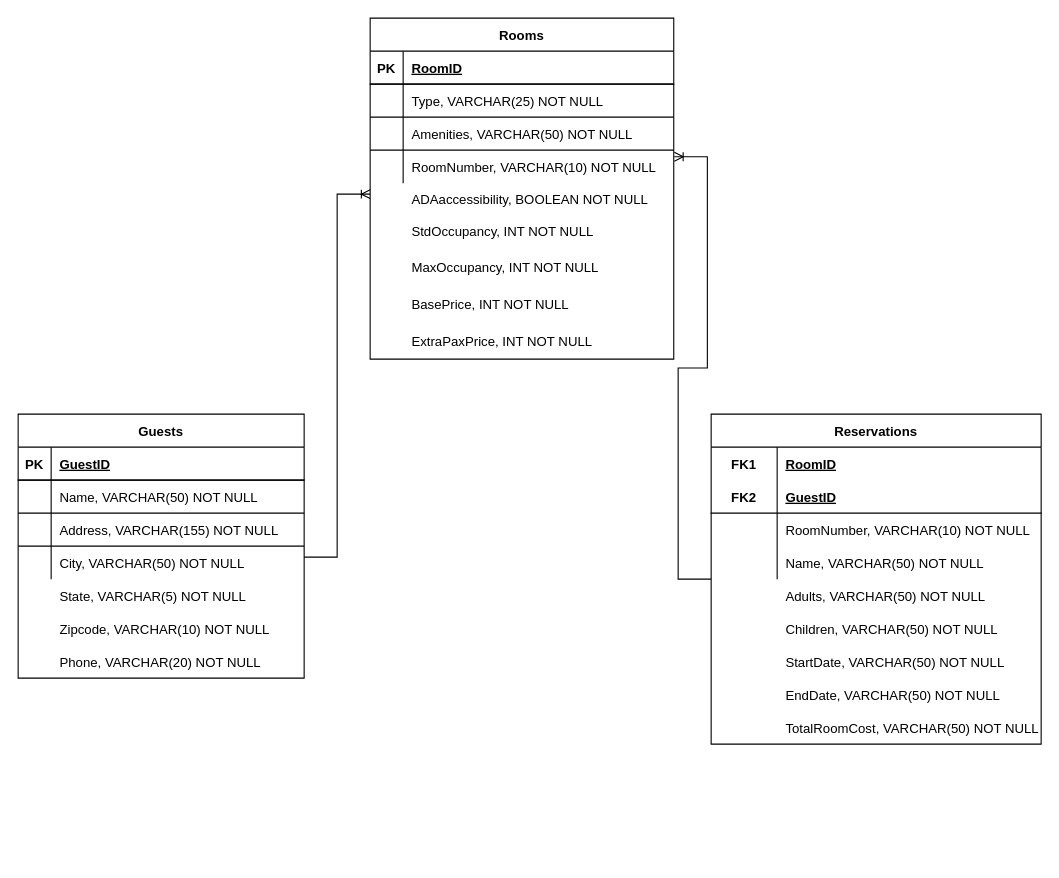
Before: Untitled Diagram.drawio in jeff-tor/wiley-sre-training, a draw.io diagram. Source tidied: cells renumbered, new cells numbered last; positions are measured from the earlier drawing's top-left corner, leaving out a move shared by most shapes. Both pictures are drawn from the tidied source at 110%, with x=0, y=0 at pixel (18, 18).
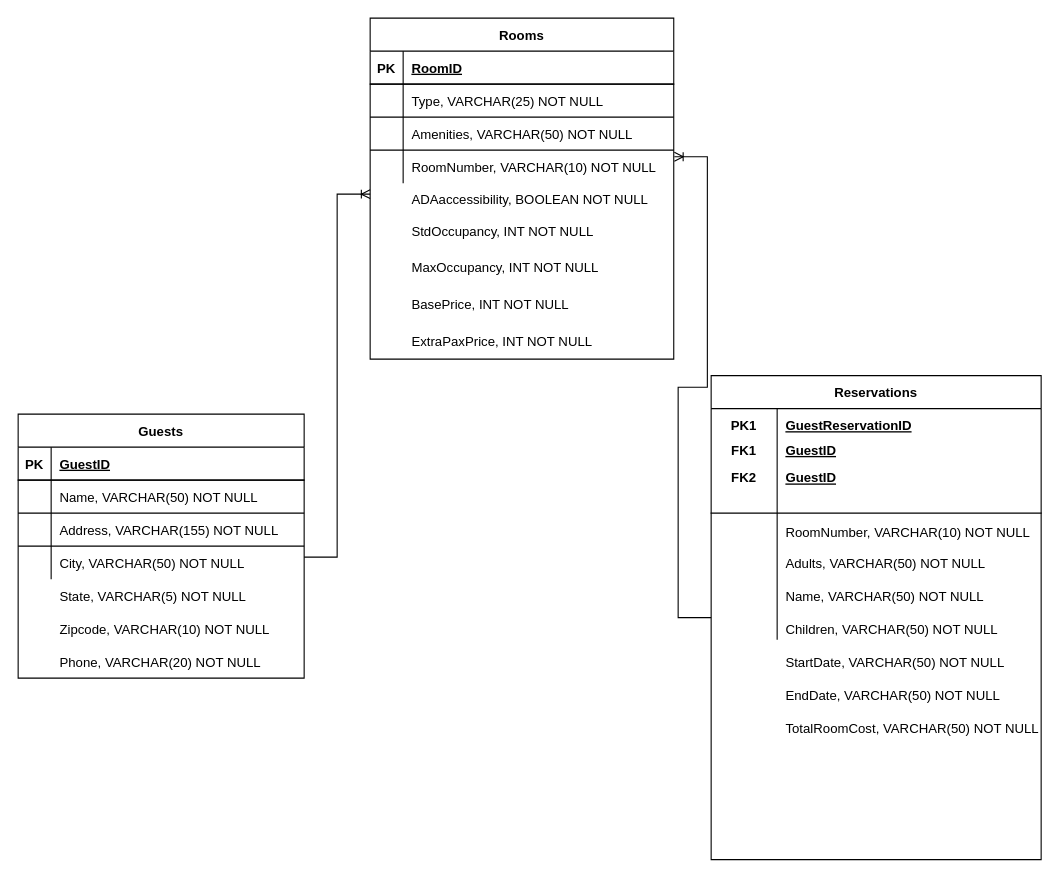
The same page after the edit.

The change refers to these unchanged cells:
```xml
<mxCell id="44" style="group;" parent="1" vertex="1">
  <mxGeometry x="630" y="360" width="300" height="300" as="geometry" />
</mxCell>
<mxCell id="46" style="shape=tableRow;horizontal=0;startSize=0;swimlaneHead=0;swimlaneBody=0;fillColor=none;top=0;left=0;right=0;bottom=0;" parent="45" vertex="1">
  <mxGeometry y="30" width="300" height="30" as="geometry" />
</mxCell>
```

Diff of the diagram source:
```diff
@@
+    <mxCell id="64" value="FK1" style="shape=partialRectangle;fillColor=none;top=0;left=0;bottom=0;right=0;fontStyle=1;overflow=hidden;" parent="44" vertex="1">
+      <mxGeometry width="60" height="65" as="geometry" />
+    </mxCell>
+    <mxCell id="65" value="GuestID" style="shape=partialRectangle;fillColor=none;top=0;left=0;bottom=0;right=0;align=left;spacingLeft=6;fontStyle=5;overflow=hidden;" parent="44" vertex="1">
+      <mxGeometry x="60" width="240" height="65" as="geometry" />
+    </mxCell>
     <mxCell id="45" value="Reservations" style="shape=table;startSize=30;childLayout=tableLayout;rowLines=0;fontStyle=1;align=center;" parent="44" vertex="1">
-      <mxGeometry width="300" height="300" as="geometry" />
+      <mxGeometry y="-35" width="300" height="440" as="geometry" />
     </mxCell>
@@
-    <mxCell id="47" value="FK1" style="shape=partialRectangle;fillColor=none;top=0;left=0;bottom=0;right=0;fontStyle=1;overflow=hidden;" parent="46" vertex="1">
+    <mxCell id="47" value="PK1" style="shape=partialRectangle;fillColor=none;top=0;left=0;bottom=0;right=0;fontStyle=1;overflow=hidden;" parent="46" vertex="1">
       <mxGeometry width="60" height="30" as="geometry" />
     </mxCell>
-    <mxCell id="48" value="RoomID" style="shape=partialRectangle;fillColor=none;top=0;left=0;bottom=0;right=0;align=left;spacingLeft=6;fontStyle=5;overflow=hidden;" parent="46" vertex="1">
+    <mxCell id="48" value="GuestReservationID" style="shape=partialRectangle;fillColor=none;top=0;left=0;bottom=0;right=0;align=left;spacingLeft=6;fontStyle=5;overflow=hidden;" parent="46" vertex="1">
       <mxGeometry x="60" width="240" height="30" as="geometry" />
     </mxCell>
     <mxCell id="49" style="shape=tableRow;horizontal=0;startSize=0;swimlaneHead=0;swimlaneBody=0;fillColor=none;top=0;left=0;right=0;bottom=1;" parent="45" vertex="1">
-      <mxGeometry y="60" width="300" height="30" as="geometry" />
+      <mxGeometry y="60" width="300" height="65" as="geometry" />
     </mxCell>
     <mxCell id="50" value="FK2" style="shape=partialRectangle;fillColor=none;top=0;left=0;bottom=0;right=0;fontStyle=1;overflow=hidden;" parent="49" vertex="1">
-      <mxGeometry width="60" height="30" as="geometry" />
+      <mxGeometry width="60" height="65" as="geometry" />
     </mxCell>
     <mxCell id="51" value="GuestID" style="shape=partialRectangle;fillColor=none;top=0;left=0;bottom=0;right=0;align=left;spacingLeft=6;fontStyle=5;overflow=hidden;" parent="49" vertex="1">
-      <mxGeometry x="60" width="240" height="30" as="geometry" />
+      <mxGeometry x="60" width="240" height="65" as="geometry" />
     </mxCell>
     <mxCell id="52" style="shape=tableRow;horizontal=0;startSize=0;swimlaneHead=0;swimlaneBody=0;fillColor=none;top=0;left=0;right=0;bottom=0;" parent="45" vertex="1">
-      <mxGeometry y="90" width="300" height="30" as="geometry" />
+      <mxGeometry y="125" width="300" height="35" as="geometry" />
     </mxCell>
     <mxCell id="53" style="shape=partialRectangle;fillColor=none;top=0;left=0;bottom=0;right=0;overflow=hidden;" parent="52" vertex="1">
-      <mxGeometry width="60" height="30" as="geometry" />
+      <mxGeometry width="60" height="35" as="geometry" />
     </mxCell>
     <mxCell id="54" value="RoomNumber, VARCHAR(10) NOT NULL" style="shape=partialRectangle;fillColor=none;top=0;left=0;bottom=0;right=0;align=left;spacingLeft=6;overflow=hidden;" parent="52" vertex="1">
-      <mxGeometry x="60" width="240" height="30" as="geometry" />
+      <mxGeometry x="60" width="240" height="35" as="geometry" />
     </mxCell>
     <mxCell id="55" style="shape=tableRow;horizontal=0;startSize=0;swimlaneHead=0;swimlaneBody=0;fillColor=none;top=0;left=0;right=0;bottom=0;" parent="45" vertex="1">
-      <mxGeometry y="120" width="300" height="30" as="geometry" />
+      <mxGeometry y="160" width="300" height="80" as="geometry" />
     </mxCell>
     <mxCell id="56" style="shape=partialRectangle;fillColor=none;top=0;left=0;bottom=0;right=0;overflow=hidden;" parent="55" vertex="1">
-      <mxGeometry width="60" height="30" as="geometry" />
+      <mxGeometry width="60" height="80" as="geometry" />
     </mxCell>
     <mxCell id="57" value="Name, VARCHAR(50) NOT NULL" style="shape=partialRectangle;fillColor=none;top=0;left=0;bottom=0;right=0;align=left;spacingLeft=6;overflow=hidden;" parent="55" vertex="1">
-      <mxGeometry x="60" width="240" height="30" as="geometry" />
+      <mxGeometry x="60" width="240" height="80" as="geometry" />
     </mxCell>
     <mxCell id="58" value="Adults, VARCHAR(50) NOT NULL" style="shape=partialRectangle;fillColor=none;top=0;left=0;bottom=0;right=0;align=left;spacingLeft=6;overflow=hidden;" parent="44" vertex="1">
-      <mxGeometry x="60" y="150" width="240" height="30" as="geometry" />
+      <mxGeometry x="60" y="120" width="240" height="30" as="geometry" />
     </mxCell>
```
